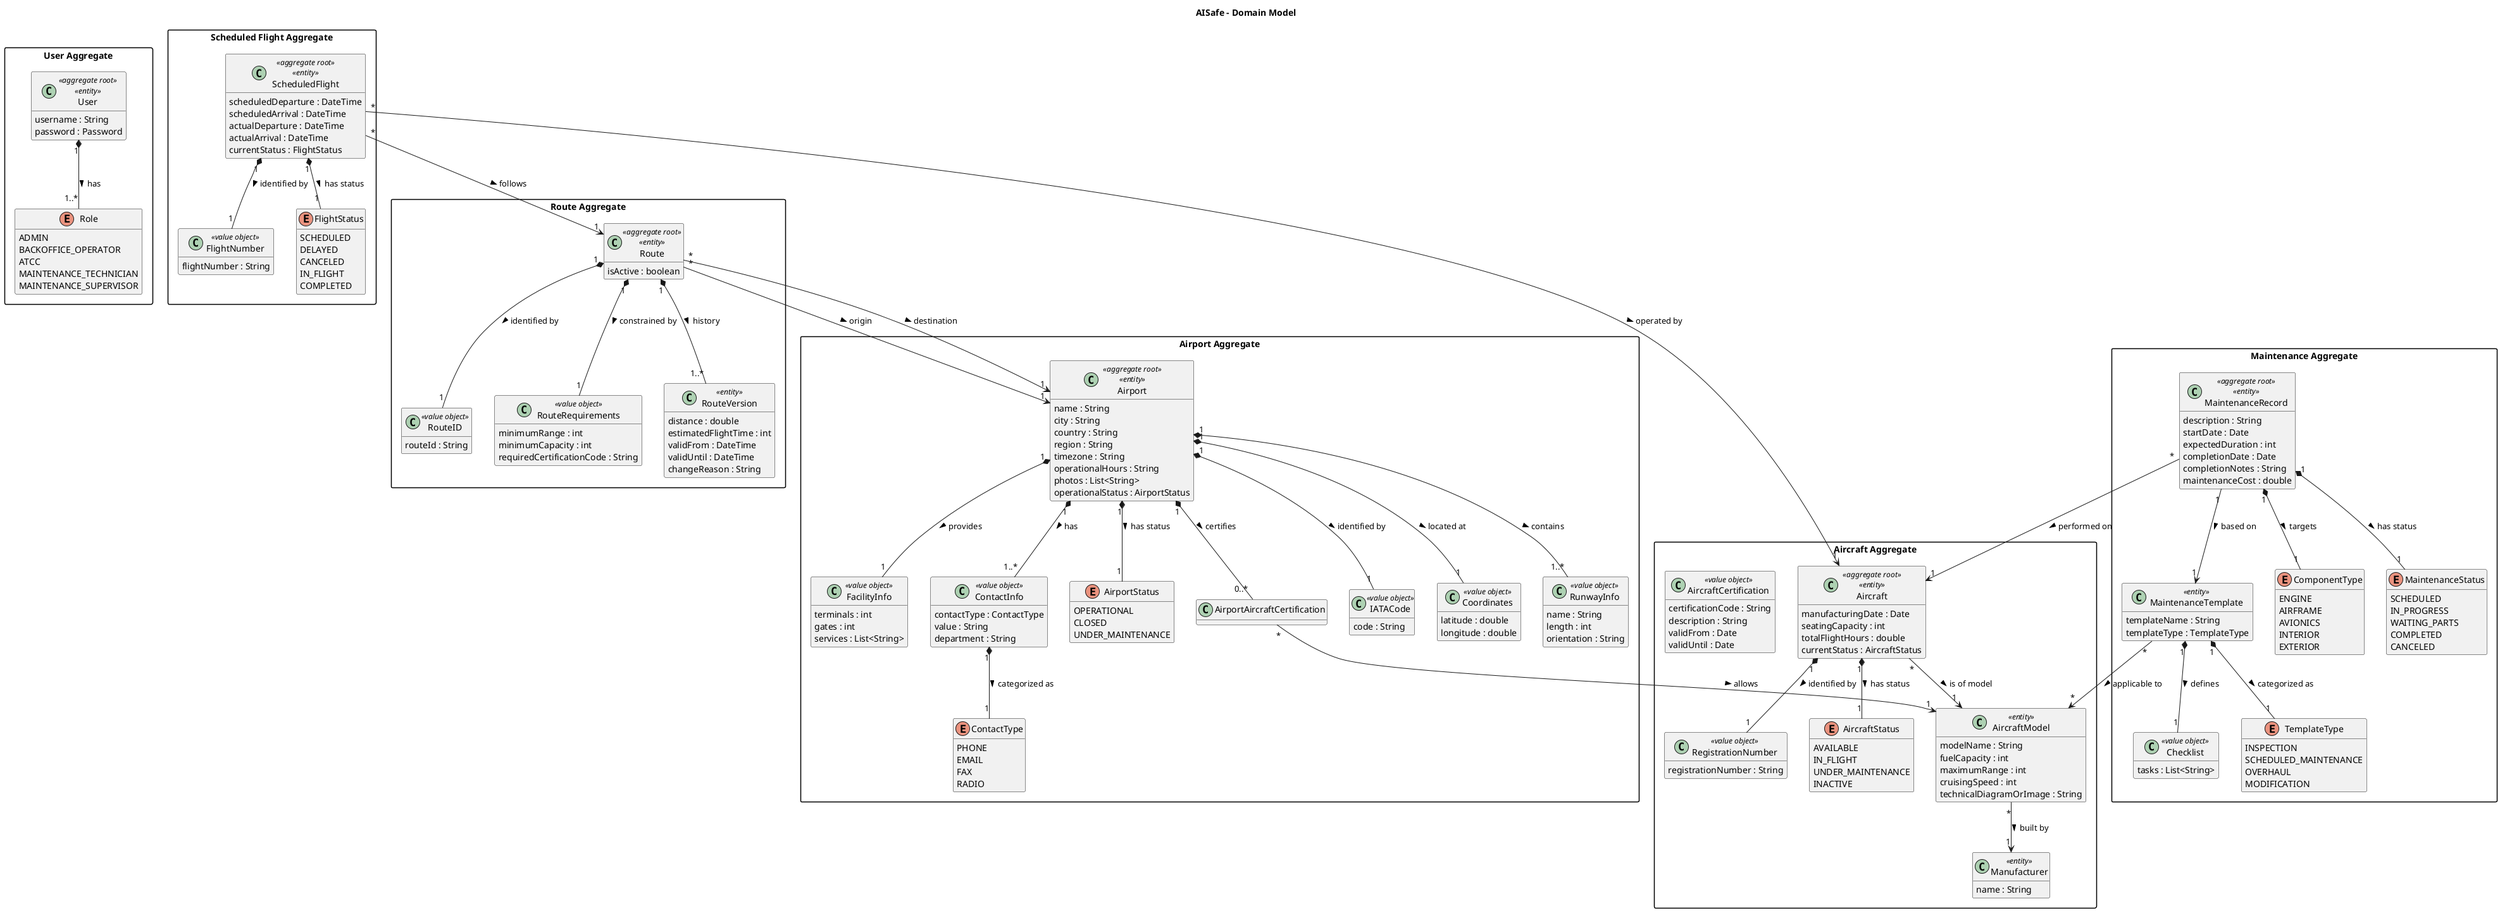
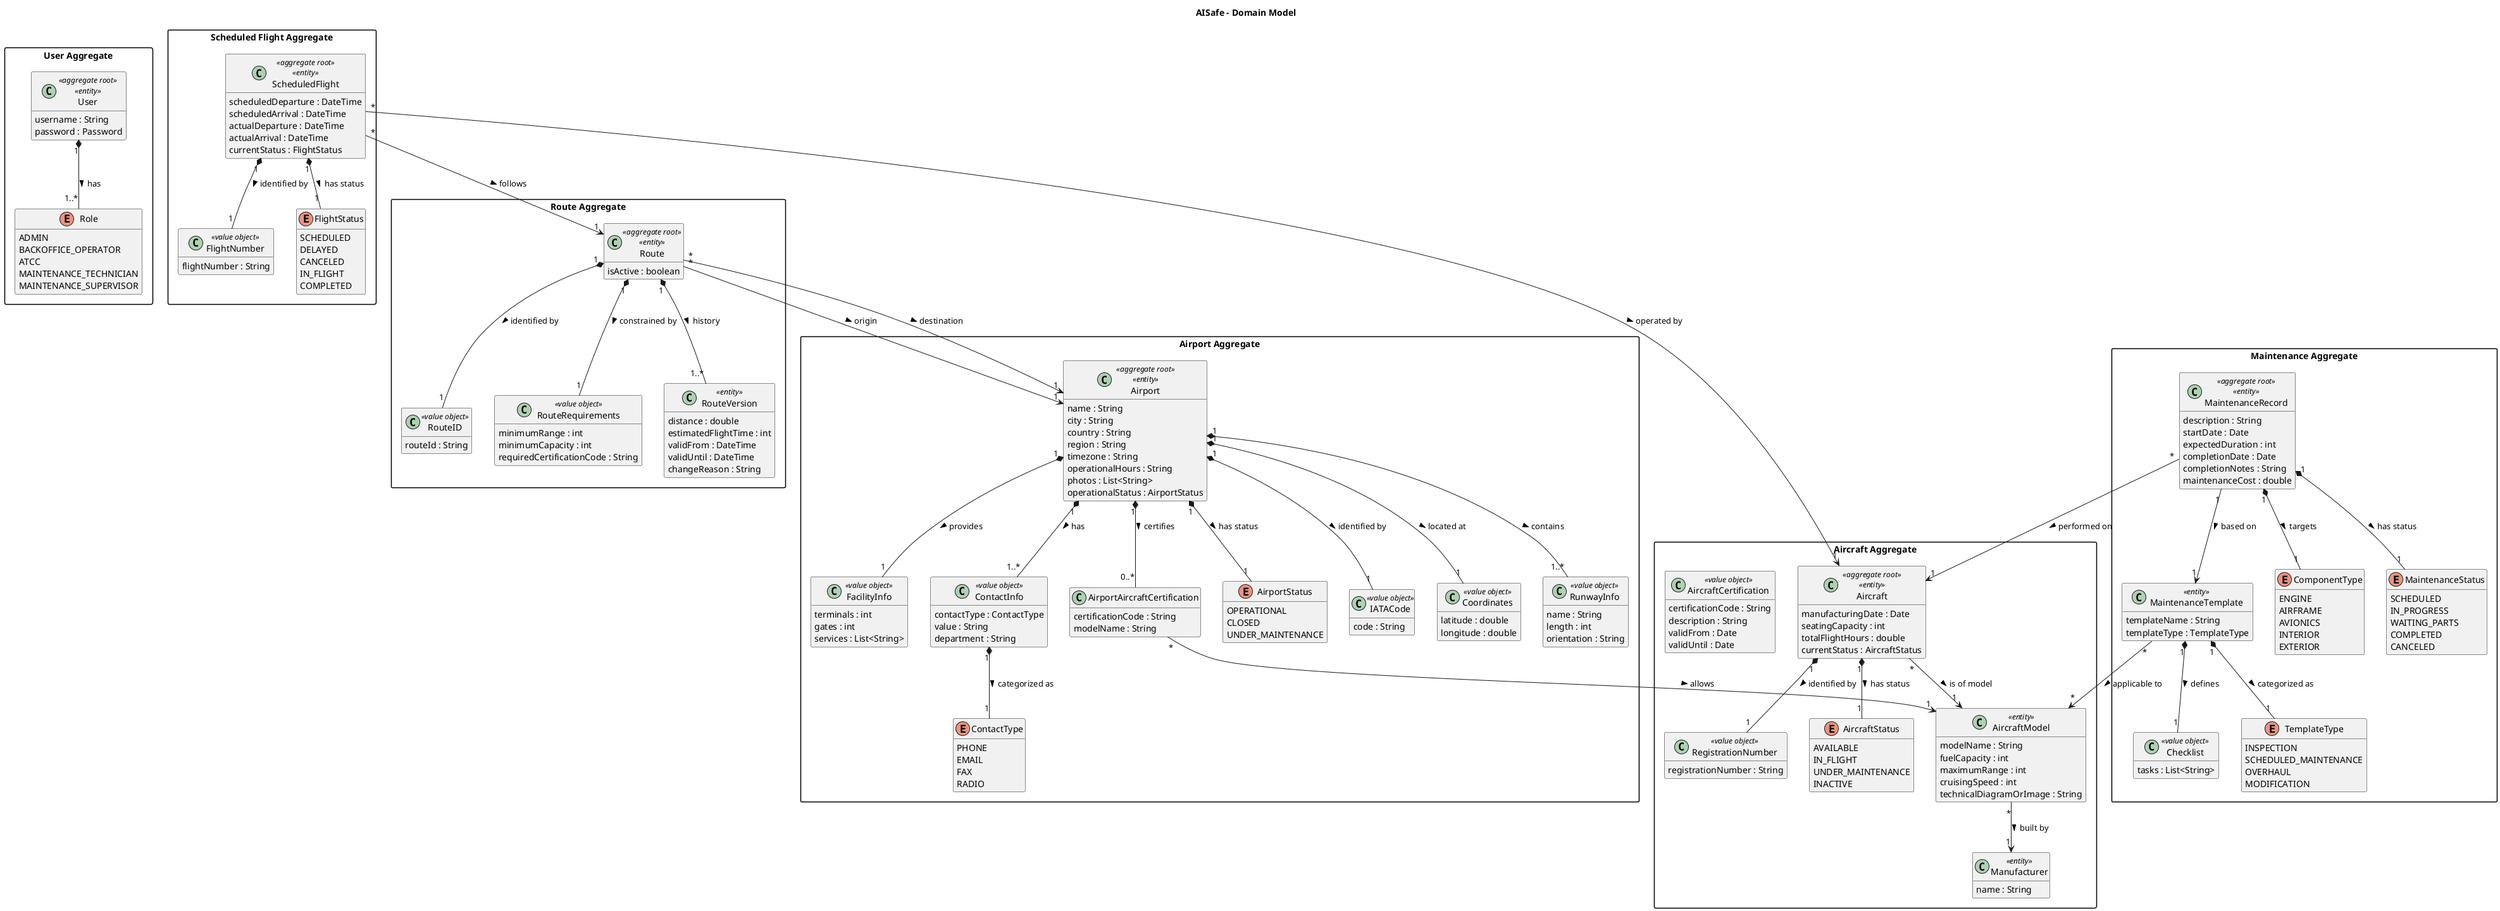
 @startuml
skinparam classAttributeIconSize 0
skinparam packageStyle rectangle
hide empty methods
title AISafe - Domain Model

package "User Aggregate" {
  class User <<aggregate root>> <<entity>> {
    username : String
    password : Password
  }

  enum Role {
    ADMIN
    BACKOFFICE_OPERATOR
    ATCC
    MAINTENANCE_TECHNICIAN
    MAINTENANCE_SUPERVISOR
  }

  User "1" *-- "1..*" Role: has >
}

package "Aircraft Aggregate" {
  class Manufacturer <<entity>> {
    name : String
  }

  class AircraftModel <<entity>> {
    modelName : String
    fuelCapacity : int
    maximumRange : int
    cruisingSpeed : int
    technicalDiagramOrImage : String
  }

  class Aircraft <<aggregate root>> <<entity>> {
    manufacturingDate : Date
    seatingCapacity : int
    totalFlightHours : double
    currentStatus : AircraftStatus
  }

  class RegistrationNumber <<value object>> {
    registrationNumber : String
  }

  class AircraftCertification <<value object>> {
    certificationCode : String
    description : String
    validFrom : Date
    validUntil : Date
  }

  enum AircraftStatus {
    AVAILABLE
    IN_FLIGHT
    UNDER_MAINTENANCE
    INACTIVE
  }

  AircraftModel "*" --> "1" Manufacturer : built by >
  Aircraft "*" --> "1" AircraftModel : is of model >
  Aircraft "1" *-- "1" RegistrationNumber :  identified by >
  Aircraft "1" *-- "1" AircraftStatus : has status >
}

package "Airport Aggregate" {
  class Airport <<aggregate root>> <<entity>> {
    name : String
    city : String
    country : String
    region : String
    timezone : String
    operationalHours : String
    photos : List<String>
    operationalStatus : AirportStatus
  }

  class IATACode <<value object>> {
    code : String
  }

  class Coordinates <<value object>> {
    latitude : double
    longitude : double
  }

  class RunwayInfo <<value object>> {
    name : String
    length : int
    orientation : String
  }

  class FacilityInfo <<value object>> {
    terminals : int
    gates : int
    services : List<String>
  }

  class ContactInfo <<value object>> {
    contactType : ContactType
    value : String
    department : String
  }

+   class  AirportAircraftCertification {
+     certificationCode : String
+     modelName : String
+   }

  enum AirportStatus {
    OPERATIONAL
    CLOSED
    UNDER_MAINTENANCE
  }

  enum ContactType {
    PHONE
    EMAIL
    FAX
    RADIO
  }

  Airport "1" *-- "1" IATACode : identified by >
  Airport "1" *-- "1" Coordinates : located at >
  Airport "1" *-- "1..*" RunwayInfo : contains >
  Airport "1" *-- "1" FacilityInfo : provides >
  Airport "1" *-- "1..*" ContactInfo : has >
  Airport "1" *-- "1" AirportStatus : has status >
  ContactInfo "1" *-- "1" ContactType : categorized as >

  Airport "1" *-- "0..*" AirportAircraftCertification : certifies >
}

package "Route Aggregate" {
  class Route <<aggregate root>> <<entity>> {
    isActive : boolean
  }

  class RouteID <<value object>> {
    routeId : String
  }

  class RouteRequirements <<value object>> {
    minimumRange : int
    minimumCapacity : int
    requiredCertificationCode : String
  }

  class RouteVersion <<entity>> {
    distance : double
    estimatedFlightTime : int
    validFrom : DateTime
    validUntil : DateTime
    changeReason : String
  }

  Route "1" *-- "1" RouteID : identified by >
  Route "1" *-- "1" RouteRequirements : constrained by >
  Route "1" *-- "1..*" RouteVersion : history >
}

package "Scheduled Flight Aggregate" {
  class ScheduledFlight <<aggregate root>> <<entity>> {
    scheduledDeparture : DateTime
    scheduledArrival : DateTime
    actualDeparture : DateTime
    actualArrival : DateTime
    currentStatus : FlightStatus
  }

  class FlightNumber <<value object>> {
    flightNumber : String
  }

  enum FlightStatus {
    SCHEDULED
    DELAYED
    CANCELED
    IN_FLIGHT
    COMPLETED
  }

  ScheduledFlight "1" *-- "1" FlightNumber : identified by >
  ScheduledFlight "1" *-- "1" FlightStatus : has status >
}

package "Maintenance Aggregate" {
  class MaintenanceTemplate <<entity>> {
    templateName : String
    templateType : TemplateType
  }

  class Checklist <<value object>> {
    tasks : List<String>
  }

  class MaintenanceRecord <<aggregate root>> <<entity>> {
    description : String
    startDate : Date
    expectedDuration : int
    completionDate : Date
    completionNotes : String
    maintenanceCost : double
  }

  enum TemplateType {
    INSPECTION
    SCHEDULED_MAINTENANCE
    OVERHAUL
    MODIFICATION
  }

  enum ComponentType {
    ENGINE
    AIRFRAME
    AVIONICS
    INTERIOR
    EXTERIOR
  }

  enum MaintenanceStatus {
    SCHEDULED
    IN_PROGRESS
    WAITING_PARTS
    COMPLETED
    CANCELED
  }

  MaintenanceTemplate "1" *-- "1" Checklist : defines >
  MaintenanceTemplate "1" *-- "1" TemplateType : categorized as >
  MaintenanceRecord "1" --> "1" MaintenanceTemplate : based on >
  MaintenanceRecord "1" *-- "1" ComponentType : targets >
  MaintenanceRecord "1" *-- "1" MaintenanceStatus : has status >
}

AirportAircraftCertification "*" --> "1" AircraftModel : allows >
Route "*" --> "1" Airport : origin >
Route "*" --> "1" Airport : destination >
ScheduledFlight "*" --> "1" Route : follows >
ScheduledFlight "*" --> "1" Aircraft : operated by >
MaintenanceTemplate "*" --> "*" AircraftModel : applicable to >
MaintenanceRecord "*" --> "1" Aircraft : performed on >

@enduml
-   Aircraft "1" *-- "1" AircraftStatus
- }
- 
- package "Airport Aggregate" {
-   class Airport <<aggregate root>> <<entity>> {
-     name : String
-     city : String
-     country : String
-     region : String
-     timezone : String
-     operationalHours : LocalTime
-     photos : List<String>
-     operationalStatus : AirportStatus
-   }
- 
-   class IATACode <<value object>> {
-     code : String
-   }
- 
-   class Coordinates <<value object>> {
-     latitude : double
-     longitude : double
-   }
- 
-   class RunwayInfo <<value object>> {
-     name : String
-     length : int
-     orientation : String
-   }
- 
-   class FacilityInfo <<value object>> {
-     terminals : int
-     gates : int
-     services : List<String>
-   }
- 
-   class ContactInfo <<value object>> {
-     contactType : ContactType
-     value : String
-     department : String
-   }
- 
-   class AircraftAirportCertification <<entity>> {
-     certificationCode : String
-     description : String
-     certifiedFrom : Date
-     certifiedUntil : Date
-     notes : String
-   }
- 
-   enum AirportStatus {
-     OPERATIONAL
-     CLOSED
-     UNDER_MAINTENANCE
-   }
- 
-   enum ContactType {
-     PHONE
-     EMAIL
-     FAX
-     RADIO
-   }
- 
-   Airport "1" *-- "1" IATACode
-   Airport "1" *-- "1" Coordinates
-   Airport "1" *-- "1..*" RunwayInfo
-   Airport "1" *-- "1" FacilityInfo
-   Airport "1" *-- "1..*" ContactInfo
-   Airport "1" *-- "1" AirportStatus
-   Airport "1" *-- "0..*" AircraftAirportCertification : certifies >
-   ContactInfo "1" *-- "1" ContactType
- }
- 
- package "Route Aggregate" {
-   class Route <<aggregate root>> <<entity>> {
-     isActive : boolean
-   }
- 
-   class RouteID <<value object>> {
-     routeId : String
-   }
- 
-   class RouteRequirements <<value object>> {
-     minimumRange : int
-     minimumCapacity : int
-     requiredCertificationCode : String
-   }
- 
-   class RouteVersion <<entity>> {
-     distance : double
-     estimatedFlightTime : int
-     validFrom : DateTime
-     validUntil : DateTime
-     changeReason : String
-   }
- 
-   Route "1" *-- "1" RouteID
-   Route "1" *-- "1" RouteRequirements
-   Route "1" *-- "1..*" RouteVersion : history >
- }
- 
- package "Scheduled Flight Aggregate" {
-   class ScheduledFlight <<aggregate root>> <<entity>> {
-     scheduledDeparture : DateTime
-     scheduledArrival : DateTime
-     actualDeparture : DateTime
-     actualArrival : DateTime
-     currentStatus : FlightStatus
-   }
- 
-   class FlightNumber <<value object>> {
-     flightNumber : String
-   }
- 
-   enum FlightStatus {
-     SCHEDULED
-     DELAYED
-     CANCELED
-     IN_FLIGHT
-     COMPLETED
-   }
- 
-   ScheduledFlight "1" *-- "1" FlightNumber
-   ScheduledFlight "1" *-- "1" FlightStatus
- }
- 
- package "Maintenance Aggregate" {
-   class MaintenanceTemplate <<entity>> {
-     templateName : String
-     templateType : TemplateType
-   }
- 
-   class Checklist <<value object>> {
-     tasks : List<String>
-   }
- 
-   class MaintenanceRecord <<aggregate root>> <<entity>> {
-     description : String
-     startDate : Date
-     expectedDuration : int
-     completionDate : Date
-     completionNotes : String
-     maintenanceCost : double
-   }
- 
-   enum TemplateType {
-     INSPECTION
-     SCHEDULED_MAINTENANCE
-     OVERHAUL
-     MODIFICATION
-   }
- 
-   enum ComponentType {
-     ENGINE
-     AIRFRAME
-     AVIONICS
-     INTERIOR
-     EXTERIOR
-   }
- 
-   enum MaintenanceStatus {
-     SCHEDULED
-     IN_PROGRESS
-     WAITING_PARTS
-     COMPLETED
-     CANCELED
-   }
- 
-   MaintenanceTemplate "1" *-- "1" Checklist
-   MaintenanceTemplate "1" *-- "1" TemplateType
-   MaintenanceRecord "1" --> "1" MaintenanceTemplate : based on >
-   MaintenanceRecord "1" *-- "1" ComponentType
-   MaintenanceRecord "1" *-- "1" MaintenanceStatus
- }
- 
- AircraftAirportCertification "*" --> "1" AircraftModel : allows model >
- Route "*" --> "1" Airport : origin >
- Route "*" --> "1" Airport : destination >
- ScheduledFlight "*" --> "1" Route : follows >
- ScheduledFlight "*" --> "1" Aircraft : operated by >
- MaintenanceTemplate "*" --> "*" AircraftModel : applicable to >
- MaintenanceRecord "*" --> "1" Aircraft : performed on >
- 
- @enduml
